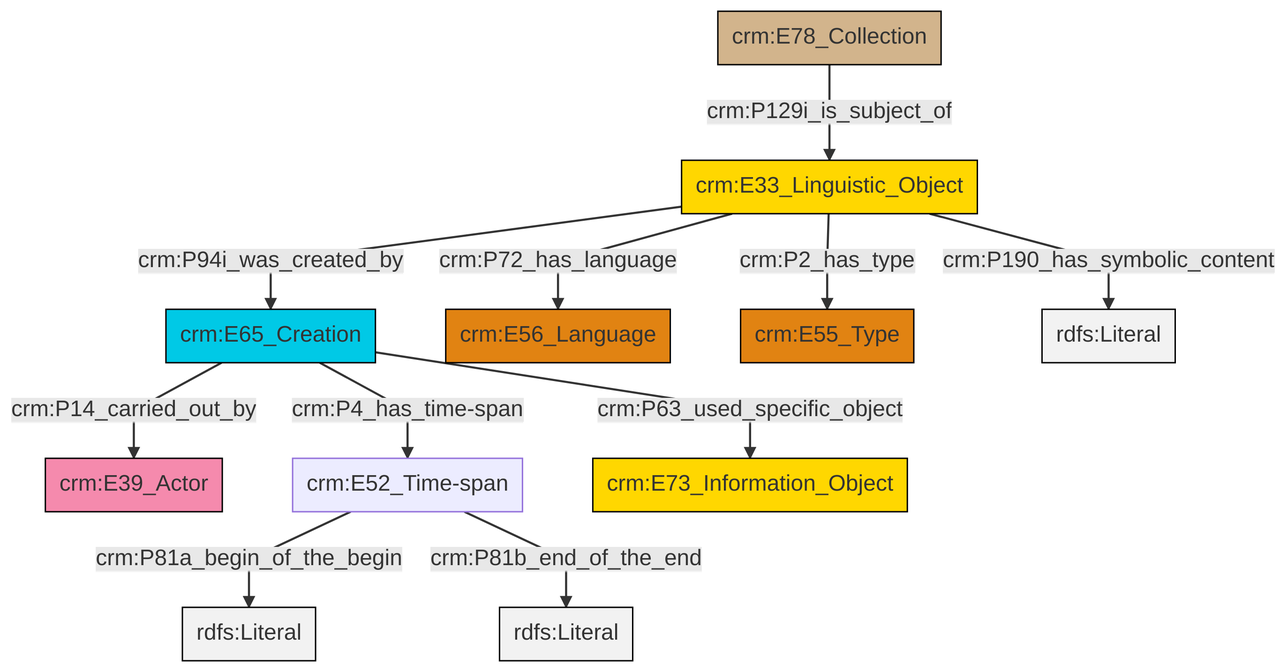
This is et/archivalCSV/ttl/mmd/png/archival_desc.png from swiss-art-research-net/docs.swissartresearch, a Mermaid export, as it was before one commit. Its source is kept beside it as et/archivalCSV/ttl/mmd/archival_desc.ttl.mmd.
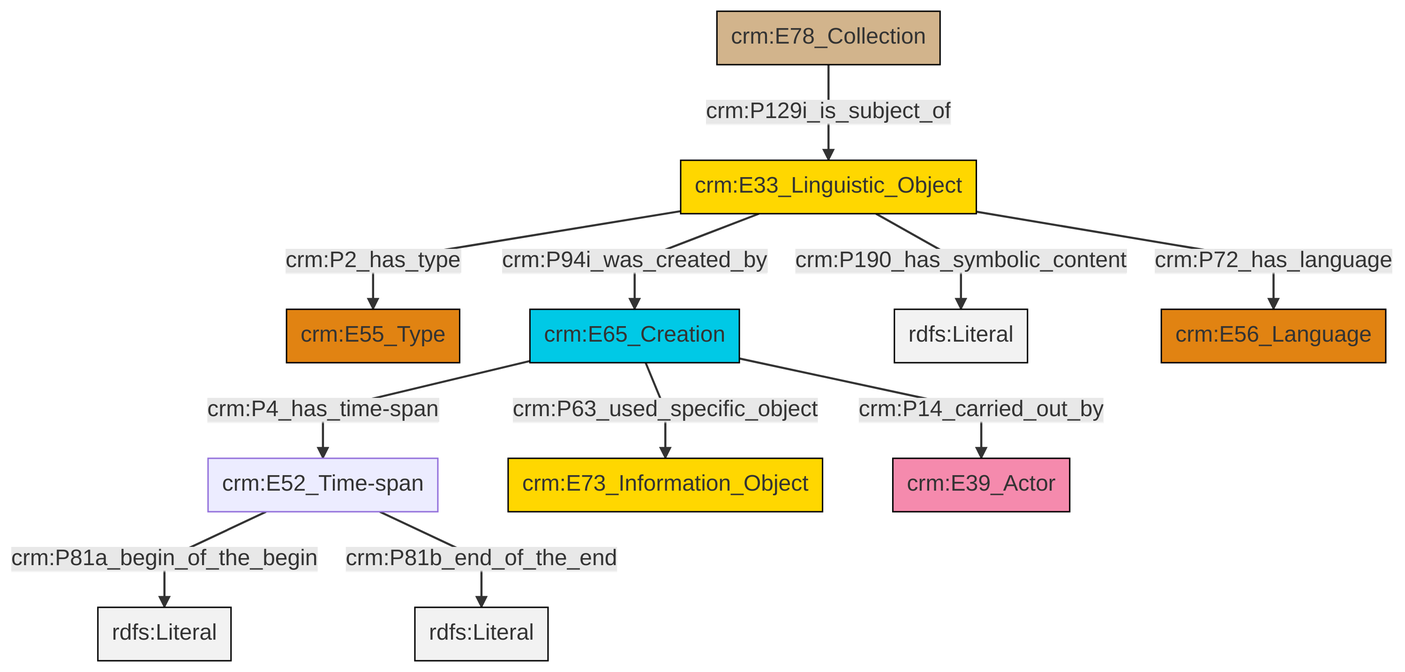
The same file after the commit.

What changed in the source:
```diff
@@ -13,13 +13,13 @@
 classDef PC_Classes fill:#4ce600, stroke:#000000;
 classDef Multi fill:#cccccc,stroke:#000000;
 
-0["crm:E65_Creation"]:::Temporal_Entity -->|crm:P14_carried_out_by| 1["crm:E39_Actor"]:::Actor
-5["crm:E33_Linguistic_Object"]:::Conceptual_Object -->|crm:P94i_was_created_by| 0["crm:E65_Creation"]:::Temporal_Entity
-5["crm:E33_Linguistic_Object"]:::Conceptual_Object -->|crm:P72_has_language| 6["crm:E56_Language"]:::Type
-0["crm:E65_Creation"]:::Temporal_Entity -->|crm:P63_used_specific_object| 11["crm:E73_Information_Object"]:::Conceptual_Object
-0["crm:E65_Creation"]:::Temporal_Entity -->|crm:P4_has_time-span| 3["crm:E52_Time-span"]:::Default
-3["crm:E52_Time-span"]:::Default -->|crm:P81a_begin_of_the_begin| 12[rdfs:Literal]:::Literal
-5["crm:E33_Linguistic_Object"]:::Conceptual_Object -->|crm:P190_has_symbolic_content| 13[rdfs:Literal]:::Literal
-5["crm:E33_Linguistic_Object"]:::Conceptual_Object -->|crm:P2_has_type| 8["crm:E55_Type"]:::Type
-3["crm:E52_Time-span"]:::Default -->|crm:P81b_end_of_the_end| 18[rdfs:Literal]:::Literal
-15["crm:E78_Collection"]:::Physical_Thing -->|crm:P129i_is_subject_of| 5["crm:E33_Linguistic_Object"]:::Conceptual_Object
+0["crm:E52_Time-span"]:::Default -->|crm:P81a_begin_of_the_begin| 1[rdfs:Literal]:::Literal
+8["crm:E33_Linguistic_Object"]:::Conceptual_Object -->|crm:P190_has_symbolic_content| 9[rdfs:Literal]:::Literal
+0["crm:E52_Time-span"]:::Default -->|crm:P81b_end_of_the_end| 10[rdfs:Literal]:::Literal
+6["crm:E65_Creation"]:::Temporal_Entity -->|crm:P4_has_time-span| 0["crm:E52_Time-span"]:::Default
+8["crm:E33_Linguistic_Object"]:::Conceptual_Object -->|crm:P94i_was_created_by| 6["crm:E65_Creation"]:::Temporal_Entity
+6["crm:E65_Creation"]:::Temporal_Entity -->|crm:P63_used_specific_object| 2["crm:E73_Information_Object"]:::Conceptual_Object
+8["crm:E33_Linguistic_Object"]:::Conceptual_Object -->|crm:P2_has_type| 4["crm:E55_Type"]:::Type
+8["crm:E33_Linguistic_Object"]:::Conceptual_Object -->|crm:P72_has_language| 13["crm:E56_Language"]:::Type
+17["crm:E78_Collection"]:::Physical_Thing -->|crm:P129i_is_subject_of| 8["crm:E33_Linguistic_Object"]:::Conceptual_Object
+6["crm:E65_Creation"]:::Temporal_Entity -->|crm:P14_carried_out_by| 11["crm:E39_Actor"]:::Actor
```
